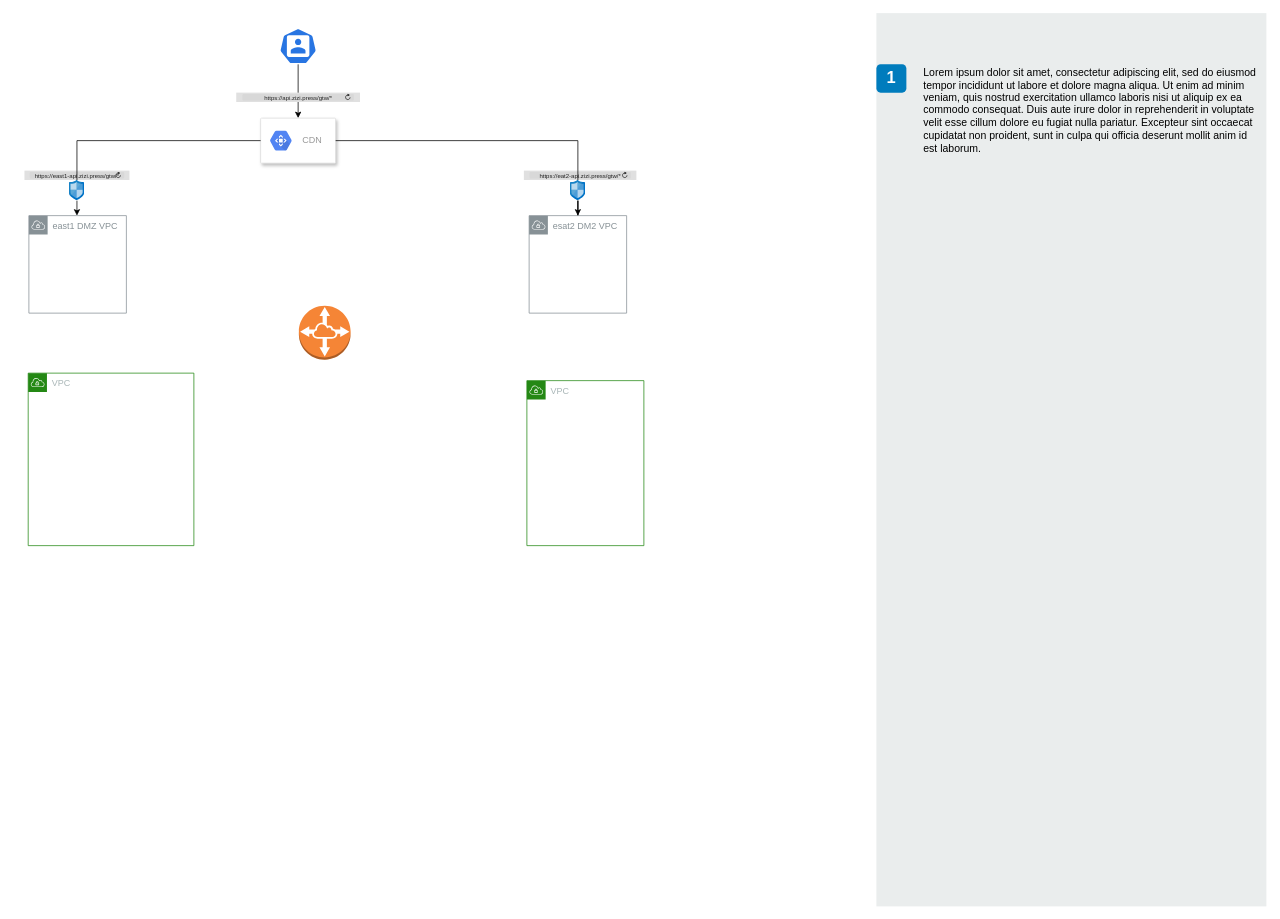
This is 架构/Untitled Diagram.drawio from zizifn/thoughts, a draw.io file, before an edit. Source tidied: cells renumbered, new cells numbered last; positions are measured from the earlier drawing's top-left corner, leaving out a move shared by most shapes. Both pictures are drawn from the tidied source at 75%, with x=0, y=0 at pixel (24, 13).
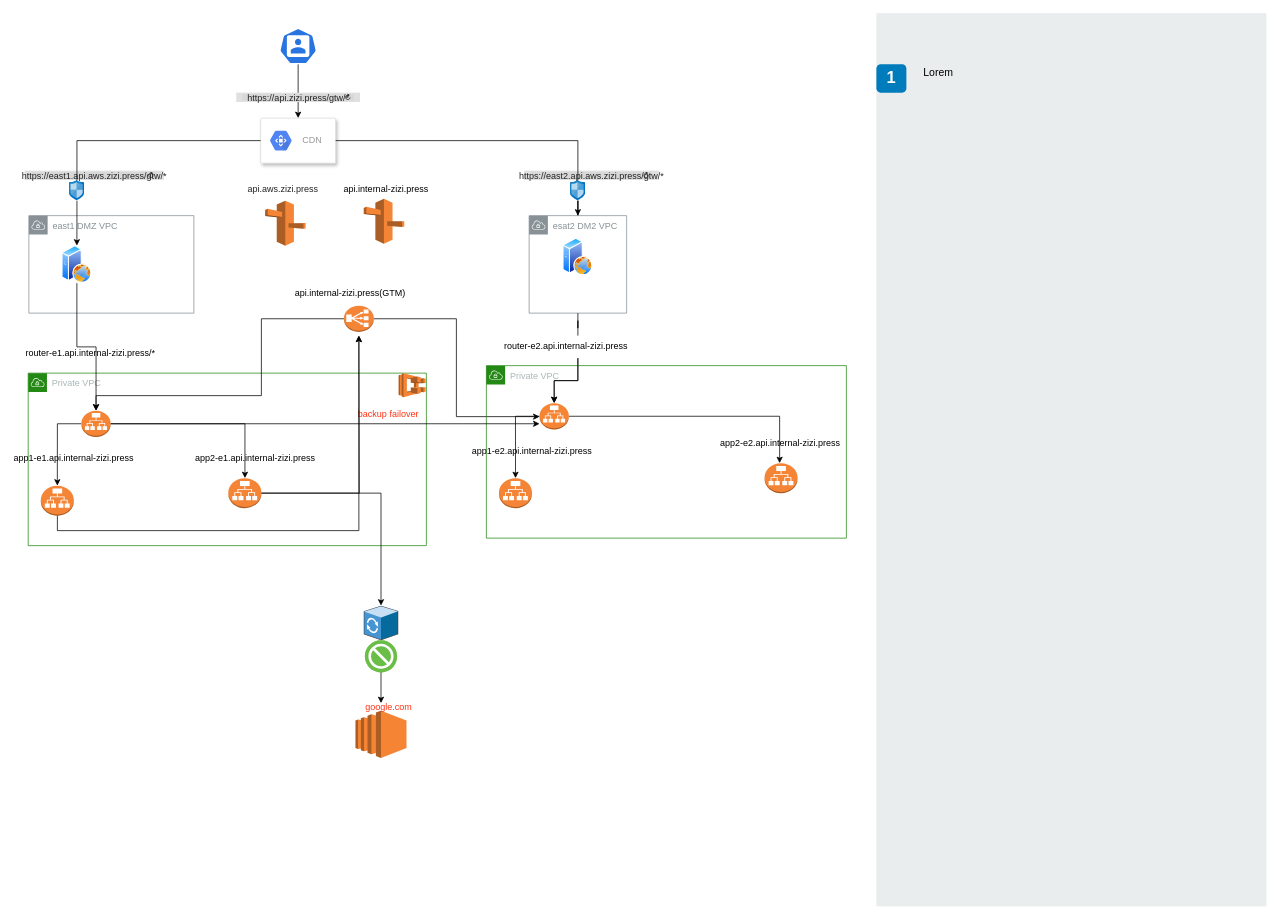
Above is the later version.

Unchanged cells that the change refers to:
```xml
<mxCell id="13" value="esat2 DM2 VPC" style="sketch=0;outlineConnect=0;gradientColor=none;html=1;whiteSpace=wrap;fontSize=12;fontStyle=0;shape=mxgraph.aws4.group;grIcon=mxgraph.aws4.group_vpc;strokeColor=#879196;fillColor=none;verticalAlign=top;align=left;spacingLeft=30;fontColor=#879196;dashed=0;" parent="1" vertex="1">
  <mxGeometry x="673" y="270" width="130" height="130" as="geometry" />
</mxCell>
<mxCell id="16" style="sketch=0;html=1;points=[];align=center;image;fontSize=12;image=img/lib/mscae/Network_Security_Groups_Classic.svg;" parent="1" vertex="1">
  <mxGeometry x="59.9" y="222.5" width="20.4" height="27.5" as="geometry" />
</mxCell>
```

Change to the diagram source:
```diff
@@
-    <mxCell id="4" style="edgeStyle=orthogonalEdgeStyle;rounded=0;jettySize=auto;html=1;startArrow=none;" parent="1" edge="1" source="16" target="12">
-      <mxGeometry relative="1" as="geometry" />
-    </mxCell>
@@
-    <mxCell id="10" value="&lt;span&gt;Lorem ipsum dolor sit amet, consectetur adipiscing elit, sed do eiusmod tempor incididunt ut labore et dolore magna aliqua. Ut enim ad minim veniam, quis nostrud exercitation ullamco laboris nisi ut aliquip ex ea commodo consequat. Duis aute irure dolor in reprehenderit in voluptate velit esse cillum dolore eu fugiat nulla pariatur. Excepteur sint occaecat cupidatat non proident, sunt in culpa qui officia deserunt mollit anim id est laborum.&lt;/span&gt;&lt;br&gt;" style="text;html=1;align=left;verticalAlign=top;spacingTop=-4;fontSize=14;labelBackgroundColor=none;whiteSpace=wrap;" parent="1" vertex="1">
+    <mxCell id="10" value="&lt;span&gt;Lorem&amp;nbsp;&lt;/span&gt;" style="text;html=1;align=left;verticalAlign=top;spacingTop=-4;fontSize=14;labelBackgroundColor=none;whiteSpace=wrap;" parent="1" vertex="1">
       <mxGeometry x="1196.5" y="68" width="449" height="118" as="geometry" />
     </mxCell>
-    <mxCell id="11" value="https://api.zizi.press/gtw/*" style="html=1;strokeWidth=1;shadow=0;dashed=0;shape=mxgraph.ios7ui.url;fillColor=#e0e0e0;strokeColor=#c0c0c0;buttonText=;strokeColor2=#222222;fontColor=#222222;fontSize=8;spacingTop=2;align=center;" parent="1" vertex="1">
+    <mxCell id="11" value="&lt;font style=&quot;font-size: 12px&quot;&gt;https://api.zizi.press/gtw/*&lt;/font&gt;" style="html=1;strokeWidth=1;shadow=0;dashed=0;shape=mxgraph.ios7ui.url;fillColor=#e0e0e0;strokeColor=#c0c0c0;buttonText=;strokeColor2=#222222;fontColor=#222222;fontSize=8;spacingTop=2;align=center;" parent="1" vertex="1">
       <mxGeometry x="282.5" y="106" width="165" height="12.5" as="geometry" />
     </mxCell>
     <mxCell id="12" value="east1 DMZ VPC" style="sketch=0;outlineConnect=0;gradientColor=none;html=1;whiteSpace=wrap;fontSize=12;fontStyle=0;shape=mxgraph.aws4.group;grIcon=mxgraph.aws4.group_vpc;strokeColor=#879196;fillColor=none;verticalAlign=top;align=left;spacingLeft=30;fontColor=#879196;dashed=0;" parent="1" vertex="1">
-      <mxGeometry x="6" y="270" width="130" height="130" as="geometry" />
+      <mxGeometry x="6" y="270" width="220" height="130" as="geometry" />
     </mxCell>
+    <mxCell id="23" style="edgeStyle=orthogonalEdgeStyle;rounded=0;jettySize=auto;html=1;fontSize=10;startArrow=none;" parent="1" edge="1" source="56" target="49">
+      <mxGeometry relative="1" as="geometry" />
+    </mxCell>
@@
-    <mxCell id="14" value="https://east1-api.zizi.press/gtw/*" style="html=1;strokeWidth=1;shadow=0;dashed=0;shape=mxgraph.ios7ui.url;fillColor=#e0e0e0;strokeColor=#c0c0c0;buttonText=;strokeColor2=#222222;fontColor=#222222;fontSize=8;spacingTop=2;align=center;" parent="1" vertex="1">
-      <mxGeometry x="0.1" y="210" width="140" height="12.5" as="geometry" />
+    <mxCell id="14" value="&lt;font style=&quot;font-size: 12px&quot;&gt;https://east1.api.aws.zizi.press/gtw/*&lt;/font&gt;" style="html=1;strokeWidth=1;shadow=0;dashed=0;shape=mxgraph.ios7ui.url;fillColor=#e0e0e0;strokeColor=#c0c0c0;buttonText=;strokeColor2=#222222;fontColor=#222222;fontSize=8;spacingTop=2;align=center;" parent="1" vertex="1">
+      <mxGeometry x="0.1" y="210" width="185.9" height="12.5" as="geometry" />
     </mxCell>
-    <mxCell id="15" value="https://eat2-api.zizi.press/gtw/*" style="html=1;strokeWidth=1;shadow=0;dashed=0;shape=mxgraph.ios7ui.url;fillColor=#e0e0e0;strokeColor=#c0c0c0;buttonText=;strokeColor2=#222222;fontColor=#222222;fontSize=8;spacingTop=2;align=center;" parent="1" vertex="1">
-      <mxGeometry x="666" y="210" width="150" height="12.5" as="geometry" />
+    <mxCell id="15" value="&lt;font style=&quot;font-size: 12px&quot;&gt;https://east2.api.aws.zizi.press/gtw/*&lt;/font&gt;" style="html=1;strokeWidth=1;shadow=0;dashed=0;shape=mxgraph.ios7ui.url;fillColor=#e0e0e0;strokeColor=#c0c0c0;buttonText=;strokeColor2=#222222;fontColor=#222222;fontSize=8;spacingTop=2;align=center;" parent="1" vertex="1">
+      <mxGeometry x="666" y="210" width="180" height="12.5" as="geometry" />
     </mxCell>
+    <mxCell id="24" style="edgeStyle=orthogonalEdgeStyle;rounded=0;jettySize=auto;html=1;" parent="1" edge="1" source="16" target="37">
+      <mxGeometry relative="1" as="geometry" />
+    </mxCell>
@@
-    <mxCell id="20" value="VPC" style="gradientColor=none;html=1;whiteSpace=wrap;fontSize=12;fontStyle=0;shape=mxgraph.aws4.group;grIcon=mxgraph.aws4.group_vpc;strokeColor=#248814;fillColor=none;verticalAlign=top;align=left;spacingLeft=30;fontColor=#AAB7B8;dashed=0;" parent="1" vertex="1">
-      <mxGeometry x="5.1" y="480" width="220.9" height="230" as="geometry" />
+    <mxCell id="20" value="Private VPC" style="gradientColor=none;html=1;whiteSpace=wrap;fontSize=12;fontStyle=0;shape=mxgraph.aws4.group;grIcon=mxgraph.aws4.group_vpc;strokeColor=#248814;fillColor=none;verticalAlign=top;align=left;spacingLeft=30;fontColor=#AAB7B8;dashed=0;" parent="1" vertex="1">
+      <mxGeometry x="5.1" y="480" width="530.9" height="230" as="geometry" />
     </mxCell>
-    <mxCell id="21" value="VPC" style="gradientColor=none;html=1;whiteSpace=wrap;fontSize=12;fontStyle=0;shape=mxgraph.aws4.group;grIcon=mxgraph.aws4.group_vpc;strokeColor=#248814;fillColor=none;verticalAlign=top;align=left;spacingLeft=30;fontColor=#AAB7B8;dashed=0;" parent="1" vertex="1">
-      <mxGeometry x="670" y="490" width="156" height="220" as="geometry" />
-    </mxCell>
-    <mxCell id="22" style="dashed=0;verticalLabelPosition=bottom;verticalAlign=top;align=center;html=1;shape=mxgraph.aws3.vpc_peering;fillColor=#F58536;gradientColor=none;" parent="1" vertex="1">
-      <mxGeometry x="366" y="390" width="69" height="72" as="geometry" />
-    </mxCell>
+    <mxCell id="25" style="dashed=0;verticalLabelPosition=bottom;verticalAlign=top;align=center;html=1;shape=mxgraph.aws3.ecs;fillColor=#F58534;gradientColor=none;fontSize=10;" parent="20" vertex="1">
+      <mxGeometry x="493.9" width="36.1" height="32" as="geometry" />
+    </mxCell>
+    <mxCell id="26" style="edgeStyle=orthogonalEdgeStyle;rounded=0;jettySize=auto;html=1;entryX=0.5;entryY=0;entryDx=0;entryDy=0;entryPerimeter=0;fontSize=10;" parent="20" edge="1" source="28" target="29">
+      <mxGeometry relative="1" as="geometry" />
+    </mxCell>
+    <mxCell id="27" style="edgeStyle=orthogonalEdgeStyle;rounded=0;jettySize=auto;html=1;fontSize=10;" parent="20" edge="1" source="28" target="30">
+      <mxGeometry relative="1" as="geometry">
+        <Array as="points">
+          <mxPoint x="289" y="68" />
+        </Array>
+      </mxGeometry>
+    </mxCell>
+    <mxCell id="28" style="outlineConnect=0;dashed=0;verticalLabelPosition=bottom;verticalAlign=top;align=center;html=1;shape=mxgraph.aws3.application_load_balancer;fillColor=#F58534;gradientColor=none;fontSize=10;" parent="20" vertex="1">
+      <mxGeometry x="70.9" y="50" width="39.1" height="35" as="geometry" />
+    </mxCell>
+    <mxCell id="29" style="outlineConnect=0;dashed=0;verticalLabelPosition=bottom;verticalAlign=top;align=center;html=1;shape=mxgraph.aws3.application_load_balancer;fillColor=#F58536;gradientColor=none;fontSize=10;" parent="20" vertex="1">
+      <mxGeometry x="16.8" y="150" width="44.1" height="40" as="geometry" />
+    </mxCell>
+    <mxCell id="30" style="outlineConnect=0;dashed=0;verticalLabelPosition=bottom;verticalAlign=top;align=center;html=1;shape=mxgraph.aws3.application_load_balancer;fillColor=#F58536;gradientColor=none;fontSize=10;" parent="20" vertex="1">
+      <mxGeometry x="266.8" y="140" width="44.1" height="40" as="geometry" />
+    </mxCell>
+    <mxCell id="31" value="&lt;span style=&quot;font-family: &amp;#34;helvetica&amp;#34; ; font-size: 12px ; text-align: center&quot;&gt;app1-e1.api.internal-zizi.press&lt;/span&gt;" style="text;whiteSpace=wrap;html=1;fontSize=10;" parent="20" vertex="1">
+      <mxGeometry x="-21" y="100" width="200" height="30" as="geometry" />
+    </mxCell>
+    <mxCell id="32" value="&lt;span style=&quot;font-family: &amp;#34;helvetica&amp;#34; ; font-size: 12px ; text-align: center&quot;&gt;app2-e1.api.internal-zizi.press&lt;/span&gt;" style="text;whiteSpace=wrap;html=1;fontSize=10;" parent="20" vertex="1">
+      <mxGeometry x="220.9" y="100" width="200" height="30" as="geometry" />
+    </mxCell>
+    <mxCell id="33" value="&lt;font color=&quot;#ff3112&quot;&gt;&lt;span style=&quot;font-size: 12px&quot;&gt;backup failover&lt;br&gt;&lt;/span&gt;&lt;/font&gt;" style="text;html=1;strokeColor=none;fillColor=none;align=center;verticalAlign=middle;whiteSpace=wrap;rounded=0;fontSize=10;" parent="20" vertex="1">
+      <mxGeometry x="430.9" y="40" width="99.1" height="30" as="geometry" />
+    </mxCell>
+    <mxCell id="34" style="dashed=0;verticalLabelPosition=bottom;verticalAlign=top;align=center;html=1;shape=mxgraph.aws3.route_53;fillColor=#F58536;gradientColor=none;" parent="1" vertex="1">
+      <mxGeometry x="452.5" y="247.5" width="54" height="60" as="geometry" />
+    </mxCell>
+    <mxCell id="35" value="api.internal-zizi.press" style="text;html=1;strokeColor=none;fillColor=none;align=center;verticalAlign=middle;whiteSpace=wrap;rounded=0;" parent="1" vertex="1">
+      <mxGeometry x="405.5" y="220" width="153" height="30" as="geometry" />
+    </mxCell>
+    <mxCell id="36" style="edgeStyle=orthogonalEdgeStyle;rounded=0;jettySize=auto;html=1;entryX=0.5;entryY=0;entryDx=0;entryDy=0;entryPerimeter=0;fontSize=10;" parent="1" edge="1" source="37" target="28">
+      <mxGeometry relative="1" as="geometry" />
+    </mxCell>
+    <mxCell id="37" style="perimeter=ellipsePerimeter;html=1;align=center;shadow=0;dashed=0;spacingTop=3;image;image=img/lib/active_directory/web_server.svg;" parent="1" vertex="1">
+      <mxGeometry x="50" y="310" width="40" height="50" as="geometry" />
+    </mxCell>
+    <mxCell id="38" style="perimeter=ellipsePerimeter;html=1;align=center;shadow=0;dashed=0;spacingTop=3;image;image=img/lib/active_directory/web_server.svg;" parent="1" vertex="1">
+      <mxGeometry x="718" y="300" width="40" height="50" as="geometry" />
+    </mxCell>
+    <mxCell id="39" style="dashed=0;verticalLabelPosition=bottom;verticalAlign=top;align=center;html=1;shape=mxgraph.aws3.route_53;fillColor=#F58536;gradientColor=none;" parent="1" vertex="1">
+      <mxGeometry x="321" y="250" width="54" height="60" as="geometry" />
+    </mxCell>
+    <mxCell id="40" value="&lt;font style=&quot;font-size: 12px&quot;&gt;&lt;span style=&quot;color: rgb(34 , 34 , 34)&quot;&gt;api.aws.&lt;/span&gt;&lt;span style=&quot;color: rgb(34 , 34 , 34)&quot;&gt;zizi.press&lt;/span&gt;&lt;/font&gt;" style="text;html=1;strokeColor=none;fillColor=none;align=center;verticalAlign=middle;whiteSpace=wrap;rounded=0;" parent="1" vertex="1">
+      <mxGeometry x="315" y="220" width="60" height="30" as="geometry" />
+    </mxCell>
+    <mxCell id="41" value="&lt;span style=&quot;font-family: &amp;#34;helvetica&amp;#34; ; font-size: 12px ; text-align: center&quot;&gt;api.internal-zizi.press(GTM)&lt;/span&gt;" style="text;whiteSpace=wrap;html=1;fontSize=10;" parent="1" vertex="1">
+      <mxGeometry x="358.5" y="360" width="200" height="30" as="geometry" />
+    </mxCell>
+    <mxCell id="42" style="edgeStyle=orthogonalEdgeStyle;rounded=0;jettySize=auto;html=1;entryX=0.5;entryY=0;entryDx=0;entryDy=0;entryPerimeter=0;fontSize=12;fontColor=#FF3112;" parent="1" edge="1" source="44" target="28">
+      <mxGeometry relative="1" as="geometry">
+        <Array as="points">
+          <mxPoint x="316" y="408" />
+          <mxPoint x="316" y="510" />
+          <mxPoint x="96" y="510" />
+        </Array>
+      </mxGeometry>
+    </mxCell>
+    <mxCell id="43" style="edgeStyle=orthogonalEdgeStyle;rounded=0;jettySize=auto;html=1;fontSize=12;fontColor=#FF3112;" parent="1" edge="1" source="44" target="49">
+      <mxGeometry relative="1" as="geometry">
+        <Array as="points">
+          <mxPoint x="576" y="408" />
+          <mxPoint x="576" y="538" />
+        </Array>
+      </mxGeometry>
+    </mxCell>
+    <mxCell id="44" style="outlineConnect=0;dashed=0;verticalLabelPosition=bottom;verticalAlign=top;align=center;html=1;shape=mxgraph.aws3.classic_load_balancer;fillColor=#F58536;gradientColor=none;fontSize=10;" parent="1" vertex="1">
+      <mxGeometry x="426" y="390" width="40" height="35" as="geometry" />
+    </mxCell>
+    <mxCell id="45" value="&lt;span style=&quot;font-family: &amp;#34;helvetica&amp;#34; ; font-size: 12px ; text-align: center&quot;&gt;router-e1.api.internal-zizi.press/*&lt;/span&gt;" style="text;whiteSpace=wrap;html=1;fontSize=10;" parent="1" vertex="1">
+      <mxGeometry x="0.1" y="440" width="200" height="30" as="geometry" />
+    </mxCell>
+    <mxCell id="46" value="Private VPC" style="gradientColor=none;html=1;whiteSpace=wrap;fontSize=12;fontStyle=0;shape=mxgraph.aws4.group;grIcon=mxgraph.aws4.group_vpc;strokeColor=#248814;fillColor=none;verticalAlign=top;align=left;spacingLeft=30;fontColor=#AAB7B8;dashed=0;" parent="1" vertex="1">
+      <mxGeometry x="616" y="470" width="480" height="230" as="geometry" />
+    </mxCell>
+    <mxCell id="47" style="edgeStyle=orthogonalEdgeStyle;rounded=0;jettySize=auto;html=1;entryX=0.5;entryY=0;entryDx=0;entryDy=0;entryPerimeter=0;fontSize=10;" parent="46" edge="1" source="49" target="50">
+      <mxGeometry relative="1" as="geometry" />
+    </mxCell>
+    <mxCell id="48" style="edgeStyle=orthogonalEdgeStyle;rounded=0;jettySize=auto;html=1;fontSize=10;" parent="46" edge="1" source="49" target="51">
+      <mxGeometry relative="1" as="geometry">
+        <Array as="points">
+          <mxPoint x="391" y="68" />
+          <mxPoint x="391" y="150" />
+        </Array>
+      </mxGeometry>
+    </mxCell>
+    <mxCell id="49" style="outlineConnect=0;dashed=0;verticalLabelPosition=bottom;verticalAlign=top;align=center;html=1;shape=mxgraph.aws3.application_load_balancer;fillColor=#F58534;gradientColor=none;fontSize=10;" parent="46" vertex="1">
+      <mxGeometry x="70.9" y="50" width="39.1" height="35" as="geometry" />
+    </mxCell>
+    <mxCell id="50" style="outlineConnect=0;dashed=0;verticalLabelPosition=bottom;verticalAlign=top;align=center;html=1;shape=mxgraph.aws3.application_load_balancer;fillColor=#F58536;gradientColor=none;fontSize=10;" parent="46" vertex="1">
+      <mxGeometry x="16.8" y="150" width="44.1" height="40" as="geometry" />
+    </mxCell>
+    <mxCell id="51" style="outlineConnect=0;dashed=0;verticalLabelPosition=bottom;verticalAlign=top;align=center;html=1;shape=mxgraph.aws3.application_load_balancer;fillColor=#F58536;gradientColor=none;fontSize=10;" parent="46" vertex="1">
+      <mxGeometry x="370.9" y="130" width="44.1" height="40" as="geometry" />
+    </mxCell>
+    <mxCell id="52" value="&lt;span style=&quot;font-family: &amp;#34;helvetica&amp;#34; ; font-size: 12px ; text-align: center&quot;&gt;app1-e2.api.internal-zizi.press&lt;/span&gt;" style="text;whiteSpace=wrap;html=1;fontSize=10;" parent="46" vertex="1">
+      <mxGeometry x="-21" y="100" width="200" height="30" as="geometry" />
+    </mxCell>
+    <mxCell id="53" value="&lt;span style=&quot;font-family: &amp;#34;helvetica&amp;#34; ; font-size: 12px ; text-align: center&quot;&gt;app2-e2.api.internal-zizi.press&lt;/span&gt;" style="text;whiteSpace=wrap;html=1;fontSize=10;" parent="46" vertex="1">
+      <mxGeometry x="310" y="90" width="200" height="30" as="geometry" />
+    </mxCell>
+    <mxCell id="54" style="edgeStyle=orthogonalEdgeStyle;rounded=0;jettySize=auto;html=1;fontSize=10;" parent="1" edge="1" source="28" target="49">
+      <mxGeometry relative="1" as="geometry">
+        <Array as="points">
+          <mxPoint x="106" y="538" />
+          <mxPoint x="106" y="538" />
+        </Array>
+      </mxGeometry>
+    </mxCell>
+    <mxCell id="55" style="edgeStyle=orthogonalEdgeStyle;rounded=0;jettySize=auto;html=1;fontSize=12;fontColor=#FF3112;" parent="1" edge="1" source="56" target="49">
+      <mxGeometry relative="1" as="geometry" />
+    </mxCell>
+    <mxCell id="56" value="&lt;span style=&quot;font-family: &amp;#34;helvetica&amp;#34; ; font-size: 12px ; text-align: center&quot;&gt;router&lt;/span&gt;&lt;span style=&quot;font-family: &amp;#34;helvetica&amp;#34; ; font-size: 12px ; text-align: center&quot;&gt;-e2.api.internal-zizi.press&lt;/span&gt;" style="text;whiteSpace=wrap;html=1;fontSize=10;" parent="1" vertex="1">
+      <mxGeometry x="638" y="430" width="200" height="30" as="geometry" />
+    </mxCell>
+    <mxCell id="57" style="edgeStyle=orthogonalEdgeStyle;rounded=0;jettySize=auto;html=1;fontSize=10;endArrow=none;" parent="1" edge="1" source="13" target="56">
+      <mxGeometry relative="1" as="geometry" />
+    </mxCell>
+    <mxCell id="58" style="edgeStyle=orthogonalEdgeStyle;rounded=0;jettySize=auto;html=1;entryX=0.325;entryY=0.333;entryDx=0;entryDy=0;entryPerimeter=0;fontSize=12;fontColor=#FF3112;" parent="1" edge="1" source="59" target="61">
+      <mxGeometry relative="1" as="geometry" />
+    </mxCell>
+    <mxCell id="59" style="shadow=0;dashed=0;html=1;labelPosition=center;verticalLabelPosition=bottom;verticalAlign=top;align=center;outlineConnect=0;shape=mxgraph.veeam.3d.proxy;fontSize=12;fontColor=#FF3112;" parent="1" vertex="1">
+      <mxGeometry x="452.5" y="790" width="46" height="46" as="geometry" />
+    </mxCell>
+    <mxCell id="60" style="dashed=0;verticalLabelPosition=bottom;verticalAlign=top;align=center;html=1;shape=mxgraph.aws3.ec2;fillColor=#F58534;gradientColor=none;fontSize=12;fontColor=#FF3112;" parent="1" vertex="1">
+      <mxGeometry x="441.5" y="930" width="68" height="63" as="geometry" />
+    </mxCell>
+    <mxCell id="61" value="google.com" style="text;html=1;strokeColor=none;fillColor=none;align=center;verticalAlign=middle;whiteSpace=wrap;rounded=0;fontSize=12;fontColor=#FF3112;" parent="1" vertex="1">
+      <mxGeometry x="456" y="910" width="60" height="30" as="geometry" />
+    </mxCell>
+    <mxCell id="62" style="edgeStyle=orthogonalEdgeStyle;rounded=0;jettySize=auto;html=1;fontSize=12;fontColor=#FF3112;" parent="1" edge="1" source="30" target="59">
+      <mxGeometry relative="1" as="geometry" />
+    </mxCell>
+    <mxCell id="63" style="fillColor=#6ABD46;verticalLabelPosition=bottom;sketch=0;html=1;strokeColor=#ffffff;verticalAlign=top;align=center;shape=mxgraph.cisco_safe.compositeIcon;bgIcon=ellipse;resIcon=mxgraph.cisco_safe.capability.block;fontSize=12;fontColor=#FF3112;" parent="1" vertex="1">
+      <mxGeometry x="454" y="836" width="43" height="43" as="geometry" />
+    </mxCell>
+    <mxCell id="64" style="edgeStyle=orthogonalEdgeStyle;rounded=0;jettySize=auto;html=1;fontSize=12;fontColor=#FF3112;" parent="1" edge="1" source="29">
+      <mxGeometry relative="1" as="geometry">
+        <mxPoint x="446" y="430" as="targetPoint" />
+        <Array as="points">
+          <mxPoint x="44" y="690" />
+          <mxPoint x="446" y="690" />
+        </Array>
+      </mxGeometry>
+    </mxCell>
+    <mxCell id="65" style="edgeStyle=orthogonalEdgeStyle;rounded=0;jettySize=auto;html=1;fontSize=12;fontColor=#FF3112;" parent="1" edge="1" source="30">
+      <mxGeometry relative="1" as="geometry">
+        <mxPoint x="446" y="430" as="targetPoint" />
+      </mxGeometry>
+    </mxCell>
```
